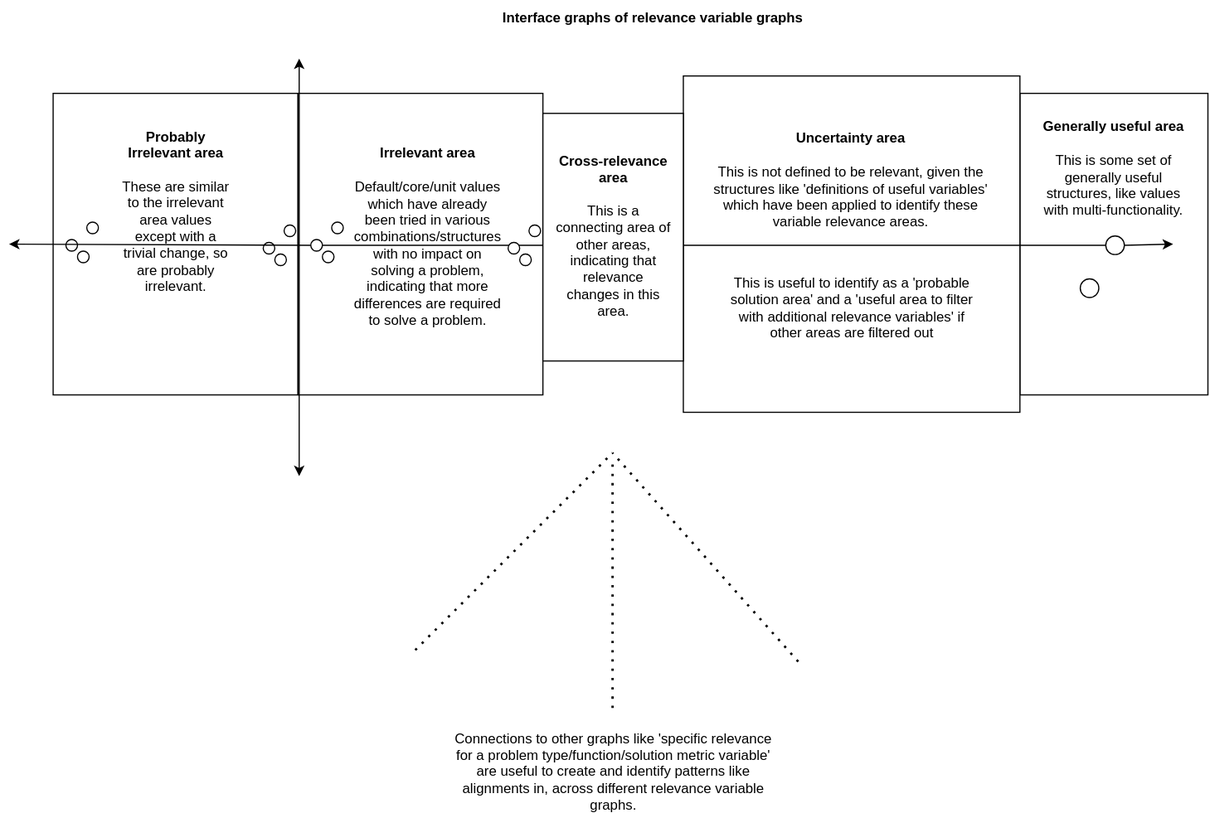
The draw.io diagram docs/objects/variable_relevance_graphs.drawio.svg in outdreamer/build-a-cure, before a commit. Source tidied: cells renumbered, new cells last; positions are measured from the earlier drawing's top-left corner, leaving out a move shared by most shapes. Source of this version:
```xml
<mxGraphModel>
  <root>
    <mxCell id="0" />
    <mxCell id="1" parent="0" />
    <mxCell id="2" style="rounded=0;whiteSpace=wrap;html=1;" parent="1" vertex="1">
      <mxGeometry x="38" y="80" width="211" height="260" as="geometry" />
    </mxCell>
    <mxCell id="3" style="ellipse;whiteSpace=wrap;html=1;" parent="1" vertex="1">
      <mxGeometry x="49" y="206" width="10" height="10" as="geometry" />
    </mxCell>
    <mxCell id="4" style="ellipse;whiteSpace=wrap;html=1;" parent="1" vertex="1">
      <mxGeometry x="59" y="216" width="10" height="10" as="geometry" />
    </mxCell>
    <mxCell id="5" style="ellipse;whiteSpace=wrap;html=1;" parent="1" vertex="1">
      <mxGeometry x="67" y="191" width="10" height="10" as="geometry" />
    </mxCell>
    <mxCell id="6" value="&lt;b&gt;Probably Irrelevant area&lt;br&gt;&lt;/b&gt;&lt;br&gt;These are similar to the irrelevant area values except with a trivial change, so are probably irrelevant." style="text;html=1;strokeColor=none;fillColor=none;align=center;verticalAlign=middle;whiteSpace=wrap;rounded=0;" parent="1" vertex="1">
      <mxGeometry x="92.5" y="170" width="102" height="24" as="geometry" />
    </mxCell>
    <mxCell id="7" style="ellipse;whiteSpace=wrap;html=1;" parent="1" vertex="1">
      <mxGeometry x="219" y="208.5" width="10" height="10" as="geometry" />
    </mxCell>
    <mxCell id="8" style="ellipse;whiteSpace=wrap;html=1;" parent="1" vertex="1">
      <mxGeometry x="229" y="218.5" width="10" height="10" as="geometry" />
    </mxCell>
    <mxCell id="9" style="ellipse;whiteSpace=wrap;html=1;" parent="1" vertex="1">
      <mxGeometry x="237" y="193.5" width="10" height="10" as="geometry" />
    </mxCell>
    <mxCell id="10" style="rounded=0;whiteSpace=wrap;html=1;" parent="1" vertex="1">
      <mxGeometry x="249" y="80" width="211" height="260" as="geometry" />
    </mxCell>
    <mxCell id="11" style="rounded=0;whiteSpace=wrap;html=1;" parent="1" vertex="1">
      <mxGeometry x="871" y="80" width="162" height="260" as="geometry" />
    </mxCell>
    <mxCell id="12" style="whiteSpace=wrap;html=1;" parent="1" vertex="1">
      <mxGeometry x="581" y="65" width="290" height="290" as="geometry" />
    </mxCell>
    <mxCell id="13" style="endArrow=classic;startArrow=classic;html=1;rounded=0;" parent="1" edge="1">
      <mxGeometry relative="1" as="geometry">
        <mxPoint x="250" y="410" as="sourcePoint" />
        <mxPoint x="250" y="50" as="targetPoint" />
      </mxGeometry>
    </mxCell>
    <mxCell id="14" style="endArrow=classic;startArrow=none;html=1;rounded=0;" parent="1" edge="1" source="21">
      <mxGeometry relative="1" as="geometry">
        <mxPoint x="1003" y="210" as="targetPoint" />
      </mxGeometry>
    </mxCell>
    <mxCell id="15" style="ellipse;whiteSpace=wrap;html=1;" parent="1" vertex="1">
      <mxGeometry x="260" y="206" width="10" height="10" as="geometry" />
    </mxCell>
    <mxCell id="16" style="endArrow=none;startArrow=classic;html=1;rounded=0;" parent="1" edge="1" target="15">
      <mxGeometry relative="1" as="geometry">
        <mxPoint y="210" as="sourcePoint" />
      </mxGeometry>
    </mxCell>
    <mxCell id="17" style="ellipse;whiteSpace=wrap;html=1;" parent="1" vertex="1">
      <mxGeometry x="270" y="216" width="10" height="10" as="geometry" />
    </mxCell>
    <mxCell id="18" style="ellipse;whiteSpace=wrap;html=1;" parent="1" vertex="1">
      <mxGeometry x="278" y="191" width="10" height="10" as="geometry" />
    </mxCell>
    <mxCell id="19" value="&lt;b&gt;Uncertainty area&lt;br&gt;&lt;/b&gt;&lt;br&gt;This is not defined to be relevant, given the structures like 'definitions of useful variables' which have been applied to identify these variable relevance areas." style="text;html=1;strokeColor=none;fillColor=none;align=center;verticalAlign=middle;whiteSpace=wrap;rounded=0;" parent="1" vertex="1">
      <mxGeometry x="598.5" y="140" width="255" height="30" as="geometry" />
    </mxCell>
    <mxCell id="20" style="ellipse;whiteSpace=wrap;html=1;" parent="1" vertex="1">
      <mxGeometry x="923" y="240" width="16" height="16" as="geometry" />
    </mxCell>
    <mxCell id="21" style="ellipse;whiteSpace=wrap;html=1;" parent="1" vertex="1">
      <mxGeometry x="945" y="203" width="16" height="16" as="geometry" />
    </mxCell>
    <mxCell id="22" style="endArrow=none;startArrow=none;html=1;rounded=0;" parent="1" edge="1" source="15" target="21">
      <mxGeometry relative="1" as="geometry" />
    </mxCell>
    <mxCell id="23" value="&lt;b&gt;Generally useful area&lt;br&gt;&lt;/b&gt;&lt;br&gt;This is some set of generally useful structures, like values with multi-functionality." style="text;html=1;strokeColor=none;fillColor=none;align=center;verticalAlign=middle;whiteSpace=wrap;rounded=0;" parent="1" vertex="1">
      <mxGeometry x="883.2" y="130" width="137.5" height="30" as="geometry" />
    </mxCell>
    <mxCell id="24" value="&lt;b&gt;Irrelevant area&lt;br&gt;&lt;/b&gt;&lt;br&gt;Default/core/unit values which have already been tried in various combinations/structures with no impact on solving a problem, indicating that more differences are required to solve a problem." style="text;html=1;strokeColor=none;fillColor=none;align=center;verticalAlign=middle;whiteSpace=wrap;rounded=0;" parent="1" vertex="1">
      <mxGeometry x="310" y="192" width="102" height="24" as="geometry" />
    </mxCell>
    <mxCell id="25" style="ellipse;whiteSpace=wrap;html=1;" parent="1" vertex="1">
      <mxGeometry x="430" y="208.5" width="10" height="10" as="geometry" />
    </mxCell>
    <mxCell id="26" style="ellipse;whiteSpace=wrap;html=1;" parent="1" vertex="1">
      <mxGeometry x="440" y="218.5" width="10" height="10" as="geometry" />
    </mxCell>
    <mxCell id="27" style="ellipse;whiteSpace=wrap;html=1;" parent="1" vertex="1">
      <mxGeometry x="448" y="193.5" width="10" height="10" as="geometry" />
    </mxCell>
    <mxCell id="28" value="This is useful to identify as a 'probable solution area' and a 'useful area to filter with additional relevance variables' if other areas are filtered out" style="text;html=1;strokeColor=none;fillColor=none;align=center;verticalAlign=middle;whiteSpace=wrap;rounded=0;" parent="1" vertex="1">
      <mxGeometry x="617.8" y="250" width="216.5" height="30" as="geometry" />
    </mxCell>
    <mxCell id="29" style="rounded=0;whiteSpace=wrap;html=1;" parent="1" vertex="1">
      <mxGeometry x="460" y="97.2" width="121" height="213.5" as="geometry" />
    </mxCell>
    <mxCell id="30" value="&lt;b&gt;Cross-relevance area&lt;br&gt;&lt;/b&gt;&lt;br&gt;This is a connecting area of other areas, indicating that relevance changes in this area." style="text;html=1;strokeColor=none;fillColor=none;align=center;verticalAlign=middle;whiteSpace=wrap;rounded=0;" parent="1" vertex="1">
      <mxGeometry x="469.5" y="191" width="102" height="24" as="geometry" />
    </mxCell>
    <mxCell id="31" value="&lt;b&gt;Interface graphs of relevance variable graphs&lt;/b&gt;" style="text;html=1;strokeColor=none;fillColor=none;align=center;verticalAlign=middle;whiteSpace=wrap;rounded=0;" parent="1" vertex="1">
      <mxGeometry x="420" width="270" height="30" as="geometry" />
    </mxCell>
    <mxCell id="32" style="endArrow=none;dashed=1;html=1;dashPattern=1 3;strokeWidth=2;rounded=0;" parent="1" edge="1">
      <mxGeometry relative="1" as="geometry">
        <mxPoint x="520" y="610" as="sourcePoint" />
        <mxPoint x="520" y="400" as="targetPoint" />
      </mxGeometry>
    </mxCell>
    <mxCell id="33" value="Connections to other graphs like 'specific relevance for a problem type/function/solution metric variable' are useful to create and identify patterns like alignments in, across different relevance variable graphs." style="text;html=1;strokeColor=none;fillColor=none;align=center;verticalAlign=middle;whiteSpace=wrap;rounded=0;" parent="1" vertex="1">
      <mxGeometry x="380.5" y="650" width="280" height="30" as="geometry" />
    </mxCell>
    <mxCell id="34" style="endArrow=none;dashed=1;html=1;dashPattern=1 3;strokeWidth=2;rounded=0;" parent="1" edge="1">
      <mxGeometry relative="1" as="geometry">
        <mxPoint x="350" y="560" as="sourcePoint" />
        <mxPoint x="520" y="390" as="targetPoint" />
      </mxGeometry>
    </mxCell>
    <mxCell id="35" style="endArrow=none;dashed=1;html=1;dashPattern=1 3;strokeWidth=2;rounded=0;" parent="1" edge="1">
      <mxGeometry relative="1" as="geometry">
        <mxPoint x="680" y="570" as="sourcePoint" />
        <mxPoint x="520" y="390" as="targetPoint" />
      </mxGeometry>
    </mxCell>
  </root>
</mxGraphModel>
```
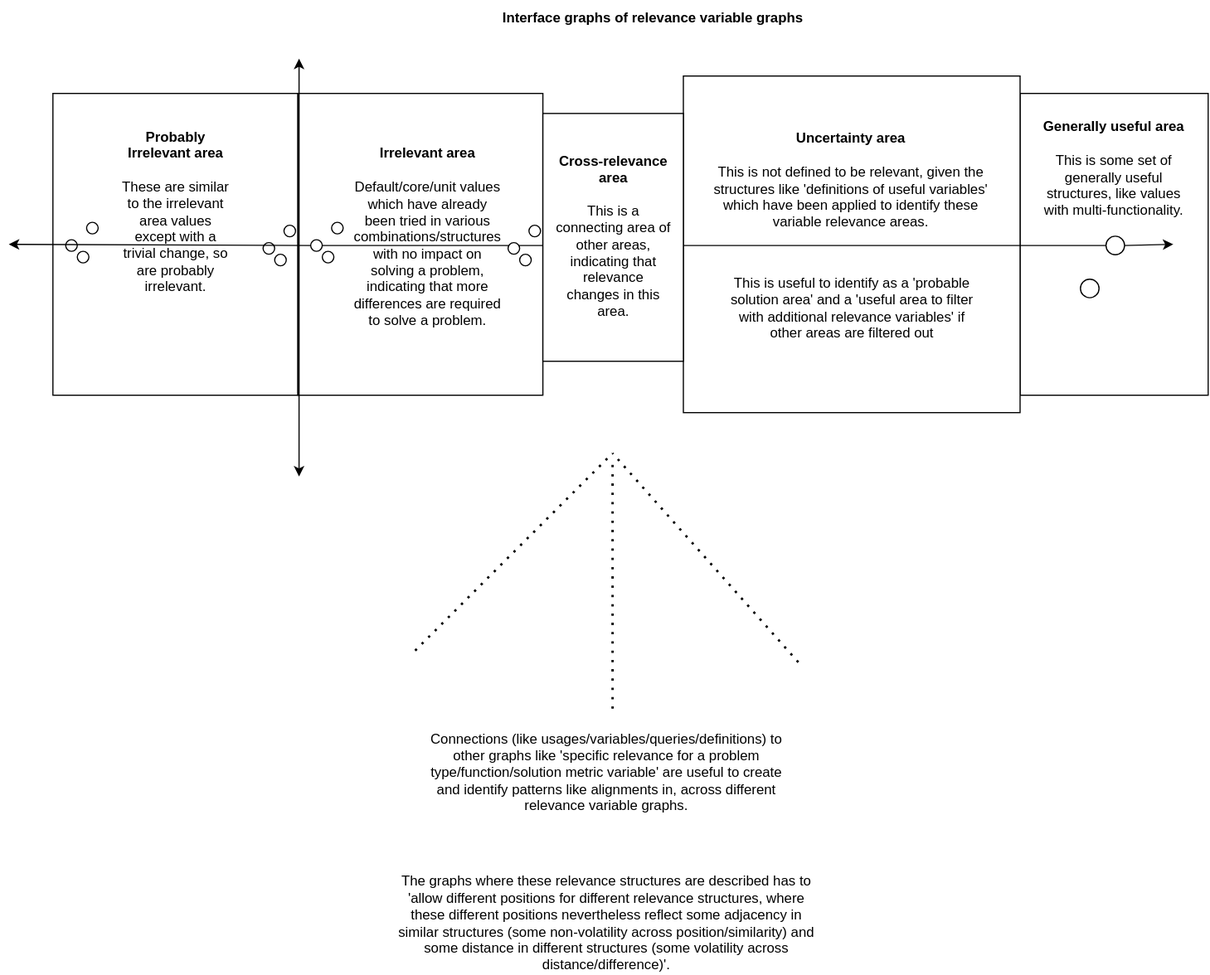
After the change.

What changed in the source:
```diff
@@ -105,8 +105,8 @@
         <mxPoint x="520" y="400" as="targetPoint" />
       </mxGeometry>
     </mxCell>
-    <mxCell id="33" value="Connections to other graphs like 'specific relevance for a problem type/function/solution metric variable' are useful to create and identify patterns like alignments in, across different relevance variable graphs." style="text;html=1;strokeColor=none;fillColor=none;align=center;verticalAlign=middle;whiteSpace=wrap;rounded=0;" parent="1" vertex="1">
-      <mxGeometry x="380.5" y="650" width="280" height="30" as="geometry" />
+    <mxCell id="33" value="Connections (like usages/variables/queries/definitions) to other graphs like 'specific relevance for a problem type/function/solution metric variable' are useful to create and identify patterns like alignments in, across different relevance variable graphs." style="text;html=1;strokeColor=none;fillColor=none;align=center;verticalAlign=middle;whiteSpace=wrap;rounded=0;" parent="1" vertex="1">
+      <mxGeometry x="360" y="650" width="309.5" height="30" as="geometry" />
     </mxCell>
     <mxCell id="34" style="endArrow=none;dashed=1;html=1;dashPattern=1 3;strokeWidth=2;rounded=0;" parent="1" edge="1">
       <mxGeometry relative="1" as="geometry">
@@ -120,5 +120,8 @@
         <mxPoint x="520" y="390" as="targetPoint" />
       </mxGeometry>
     </mxCell>
+    <mxCell id="36" value="The graphs where these relevance structures are described has to 'allow different positions for different relevance structures, where these different positions nevertheless reflect some adjacency in similar structures (some non-volatility across position/similarity) and some distance in different structures (some volatility across distance/difference)'." style="text;html=1;strokeColor=none;fillColor=none;align=center;verticalAlign=middle;whiteSpace=wrap;rounded=0;" parent="1" vertex="1">
+      <mxGeometry x="330" y="780" width="369.5" height="30" as="geometry" />
+    </mxCell>
   </root>
 </mxGraphModel>
```
